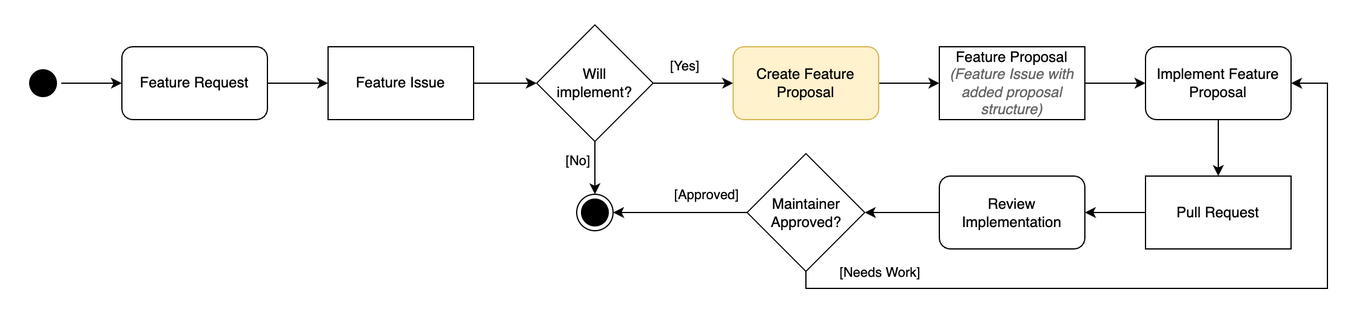
Earlier version of the draw.io export docs/dev/development-process/artemis-process-model.png (ls1intum/Artemis). Source tidied: cells renumbered, new cells last; positions are measured from the earlier drawing's top-left corner, leaving out a move shared by most shapes.
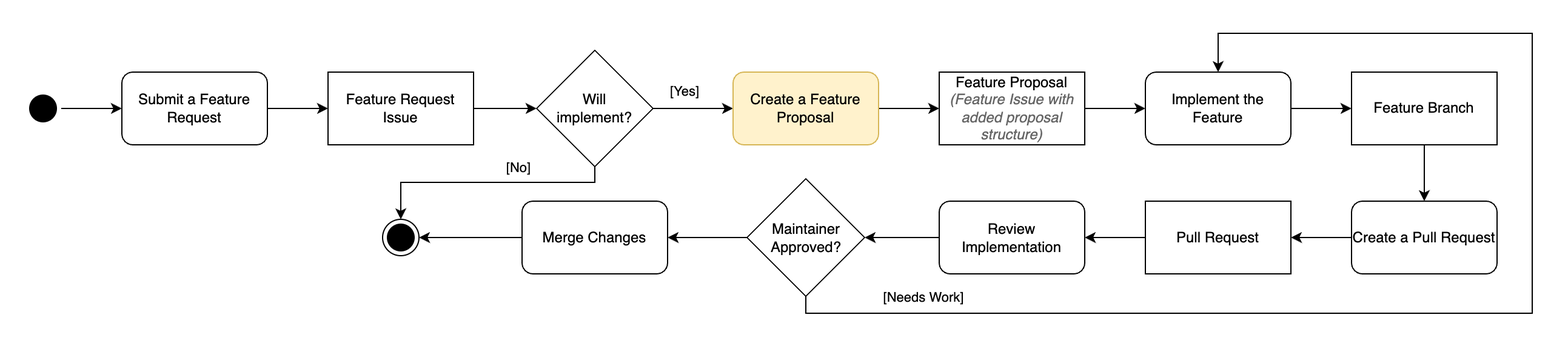
The same file after the commit.

Commit message:
docs: resolve typos and implement requested changes

Change to the diagram source:
```diff
@@ -11,42 +11,47 @@
     <mxCell id="4" style="edgeStyle=orthogonalEdgeStyle;rounded=0;jettySize=auto;html=1;" parent="1" edge="1" source="5" target="7">
       <mxGeometry relative="1" as="geometry" />
     </mxCell>
-    <mxCell id="5" value="Feature Request" style="rounded=1;whiteSpace=wrap;html=1;" parent="1" vertex="1">
+    <mxCell id="5" value="Submit a Feature Request" style="rounded=1;whiteSpace=wrap;html=1;" parent="1" vertex="1">
       <mxGeometry x="80" y="18" width="120" height="60" as="geometry" />
     </mxCell>
     <mxCell id="6" style="edgeStyle=orthogonalEdgeStyle;rounded=0;jettySize=auto;html=1;" parent="1" edge="1" source="7" target="12">
       <mxGeometry relative="1" as="geometry" />
     </mxCell>
-    <mxCell id="7" value="Feature Issue" style="rounded=0;whiteSpace=wrap;html=1;" parent="1" vertex="1">
+    <mxCell id="7" value="Feature Request Issue" style="rounded=0;whiteSpace=wrap;html=1;" parent="1" vertex="1">
       <mxGeometry x="250" y="18" width="120" height="60" as="geometry" />
     </mxCell>
+    <mxCell id="10" style="edgeStyle=orthogonalEdgeStyle;rounded=0;jettySize=auto;html=1;" parent="1" edge="1" source="12" target="14">
+      <mxGeometry relative="1" as="geometry" />
+    </mxCell>
+    <mxCell id="11" value="[Yes]" style="edgeLabel;html=1;align=center;verticalAlign=middle;" parent="10" vertex="1">
+      <mxGeometry x="-0.36" y="1" relative="1" as="geometry">
+        <mxPoint x="4" y="-14" as="offset" />
+      </mxGeometry>
+    </mxCell>
     <mxCell id="8" style="edgeStyle=orthogonalEdgeStyle;rounded=0;jettySize=auto;html=1;" parent="1" edge="1" source="12" target="15">
-      <mxGeometry relative="1" as="geometry" />
+      <mxGeometry relative="1" as="geometry">
+        <Array as="points">
+          <mxPoint x="470" y="109" />
+          <mxPoint x="310" y="109" />
+        </Array>
+      </mxGeometry>
     </mxCell>
     <mxCell id="9" value="[No]" style="edgeLabel;html=1;align=center;verticalAlign=middle;" parent="8" vertex="1">
-      <mxGeometry x="-0.31" relative="1" as="geometry">
-        <mxPoint x="-15" as="offset" />
+      <mxGeometry x="-0.53" y="-1" relative="1" as="geometry">
+        <mxPoint x="-30" y="-12" as="offset" />
       </mxGeometry>
     </mxCell>
-    <mxCell id="10" style="edgeStyle=orthogonalEdgeStyle;rounded=0;jettySize=auto;html=1;" parent="1" edge="1" source="12" target="14">
-      <mxGeometry relative="1" as="geometry" />
-    </mxCell>
-    <mxCell id="11" value="[Yes]" style="edgeLabel;html=1;align=center;verticalAlign=middle;" parent="10" vertex="1">
-      <mxGeometry x="-0.36" y="1" relative="1" as="geometry">
-        <mxPoint x="4" y="-14" as="offset" />
-      </mxGeometry>
-    </mxCell>
     <mxCell id="12" value="Will &lt;br&gt;implement?" style="rhombus;whiteSpace=wrap;html=1;" parent="1" vertex="1">
       <mxGeometry x="422" width="96" height="96" as="geometry" />
     </mxCell>
     <mxCell id="13" style="edgeStyle=orthogonalEdgeStyle;rounded=0;jettySize=auto;html=1;" parent="1" edge="1" source="14" target="17">
       <mxGeometry relative="1" as="geometry" />
     </mxCell>
-    <mxCell id="14" value="Create Feature Proposal" style="rounded=1;whiteSpace=wrap;html=1;fillColor=#fff2cc;strokeColor=#d6b656;" parent="1" vertex="1">
+    <mxCell id="14" value="Create a Feature Proposal" style="rounded=1;whiteSpace=wrap;html=1;fillColor=#fff2cc;strokeColor=#d6b656;" parent="1" vertex="1">
       <mxGeometry x="584" y="18" width="120" height="60" as="geometry" />
     </mxCell>
     <mxCell id="15" style="ellipse;html=1;shape=endState;fillColor=#000000;strokeColor=#000000;" parent="1" vertex="1">
-      <mxGeometry x="455" y="139.5" width="30" height="30" as="geometry" />
+      <mxGeometry x="295" y="139.5" width="30" height="30" as="geometry" />
     </mxCell>
     <mxCell id="16" style="edgeStyle=orthogonalEdgeStyle;rounded=0;jettySize=auto;html=1;" parent="1" edge="1" source="17" target="18">
       <mxGeometry relative="1" as="geometry" />
@@ -54,7 +59,10 @@
     <mxCell id="17" value="Feature Proposal&lt;br&gt;&lt;i&gt;&lt;font color=&quot;#666666&quot;&gt;(Feature Issue with added proposal structure)&lt;/font&gt;&lt;/i&gt;" style="rounded=0;whiteSpace=wrap;html=1;" parent="1" vertex="1">
       <mxGeometry x="754" y="18" width="120" height="60" as="geometry" />
     </mxCell>
+    <mxCell id="29" style="edgeStyle=orthogonalEdgeStyle;rounded=0;jettySize=auto;html=1;" parent="1" edge="1" source="18" target="34">
+      <mxGeometry relative="1" as="geometry" />
+    </mxCell>
-    <mxCell id="18" value="Implement Feature Proposal" style="rounded=1;whiteSpace=wrap;html=1;" parent="1" vertex="1">
+    <mxCell id="18" value="Implement the Feature" style="rounded=1;whiteSpace=wrap;html=1;" parent="1" vertex="1">
       <mxGeometry x="924" y="18" width="120" height="60" as="geometry" />
     </mxCell>
     <mxCell id="19" style="edgeStyle=orthogonalEdgeStyle;rounded=0;jettySize=auto;html=1;" parent="1" edge="1" source="20" target="25">
@@ -63,12 +71,13 @@
     <mxCell id="20" value="Review Implementation" style="rounded=1;whiteSpace=wrap;html=1;" parent="1" vertex="1">
       <mxGeometry x="754" y="124.5" width="120" height="60" as="geometry" />
     </mxCell>
-    <mxCell id="21" style="edgeStyle=orthogonalEdgeStyle;rounded=0;jettySize=auto;html=1;entryX=1;entryY=0.5;entryDx=0;entryDy=0;exitX=0.5;exitY=1;exitDx=0;exitDy=0;" parent="1" edge="1" source="25" target="18">
+    <mxCell id="21" style="edgeStyle=orthogonalEdgeStyle;rounded=0;jettySize=auto;html=1;entryX=0.5;entryY=0;entryDx=0;entryDy=0;exitX=0.5;exitY=1;exitDx=0;exitDy=0;" parent="1" edge="1" source="25" target="18">
       <mxGeometry relative="1" as="geometry">
         <Array as="points">
           <mxPoint x="644" y="217" />
-          <mxPoint x="1074" y="217" />
-          <mxPoint x="1074" y="48" />
+          <mxPoint x="1243" y="217" />
+          <mxPoint x="1243" y="-14" />
+          <mxPoint x="984" y="-14" />
         </Array>
       </mxGeometry>
     </mxCell>
@@ -77,30 +86,35 @@
         <mxPoint x="27" y="-11" as="offset" />
       </mxGeometry>
     </mxCell>
-    <mxCell id="23" style="edgeStyle=orthogonalEdgeStyle;rounded=0;jettySize=auto;html=1;entryX=1;entryY=0.5;entryDx=0;entryDy=0;" parent="1" edge="1" source="25" target="15">
-      <mxGeometry relative="1" as="geometry" />
-    </mxCell>
-    <mxCell id="24" value="[Approved]" style="edgeLabel;html=1;align=center;verticalAlign=middle;" parent="23" vertex="1">
-      <mxGeometry x="-0.75" y="2" relative="1" as="geometry">
-        <mxPoint x="-20" y="-17" as="offset" />
-      </mxGeometry>
-    </mxCell>
+    <mxCell id="30" style="edgeStyle=orthogonalEdgeStyle;rounded=0;jettySize=auto;html=1;exitX=0;exitY=0.5;exitDx=0;exitDy=0;entryX=1;entryY=0.5;entryDx=0;entryDy=0;" parent="1" edge="1" source="25" target="36">
+      <mxGeometry relative="1" as="geometry" />
+    </mxCell>
     <mxCell id="25" value="Maintainer &lt;br&gt;Approved?" style="rhombus;whiteSpace=wrap;html=1;" parent="1" vertex="1">
       <mxGeometry x="595.5" y="106" width="97" height="97" as="geometry" />
     </mxCell>
     <mxCell id="26" value="Pull Request" style="rounded=0;whiteSpace=wrap;html=1;" parent="1" vertex="1">
       <mxGeometry x="924" y="124.5" width="120" height="60" as="geometry" />
     </mxCell>
-    <mxCell id="27" style="edgeStyle=orthogonalEdgeStyle;rounded=0;jettySize=auto;html=1;exitX=0.5;exitY=1;exitDx=0;exitDy=0;entryX=0.5;entryY=0;entryDx=0;entryDy=0;" parent="1" edge="1" source="18" target="26">
-      <mxGeometry relative="1" as="geometry">
-        <Array as="points">
-          <mxPoint x="984" y="102" />
-          <mxPoint x="984" y="102" />
-        </Array>
-      </mxGeometry>
-    </mxCell>
     <mxCell id="28" style="edgeStyle=orthogonalEdgeStyle;rounded=0;jettySize=auto;html=1;exitX=0;exitY=0.5;exitDx=0;exitDy=0;entryX=1;entryY=0.5;entryDx=0;entryDy=0;" parent="1" edge="1" source="26" target="20">
       <mxGeometry relative="1" as="geometry" />
     </mxCell>
+    <mxCell id="31" style="edgeStyle=orthogonalEdgeStyle;rounded=0;jettySize=auto;html=1;" parent="1" edge="1" source="32" target="26">
+      <mxGeometry relative="1" as="geometry" />
+    </mxCell>
+    <mxCell id="32" value="Create a Pull Request" style="rounded=1;whiteSpace=wrap;html=1;" parent="1" vertex="1">
+      <mxGeometry x="1094" y="124.5" width="120" height="60" as="geometry" />
+    </mxCell>
+    <mxCell id="33" style="edgeStyle=orthogonalEdgeStyle;rounded=0;jettySize=auto;html=1;" parent="1" edge="1" source="34" target="32">
+      <mxGeometry relative="1" as="geometry" />
+    </mxCell>
+    <mxCell id="34" value="Feature Branch" style="rounded=0;whiteSpace=wrap;html=1;" parent="1" vertex="1">
+      <mxGeometry x="1094" y="18" width="120" height="60" as="geometry" />
+    </mxCell>
+    <mxCell id="35" style="edgeStyle=orthogonalEdgeStyle;rounded=0;jettySize=auto;html=1;" parent="1" edge="1" source="36" target="15">
+      <mxGeometry relative="1" as="geometry" />
+    </mxCell>
+    <mxCell id="36" value="Merge Changes" style="rounded=1;whiteSpace=wrap;html=1;" parent="1" vertex="1">
+      <mxGeometry x="410" y="124.5" width="120" height="60" as="geometry" />
+    </mxCell>
   </root>
 </mxGraphModel>
```
